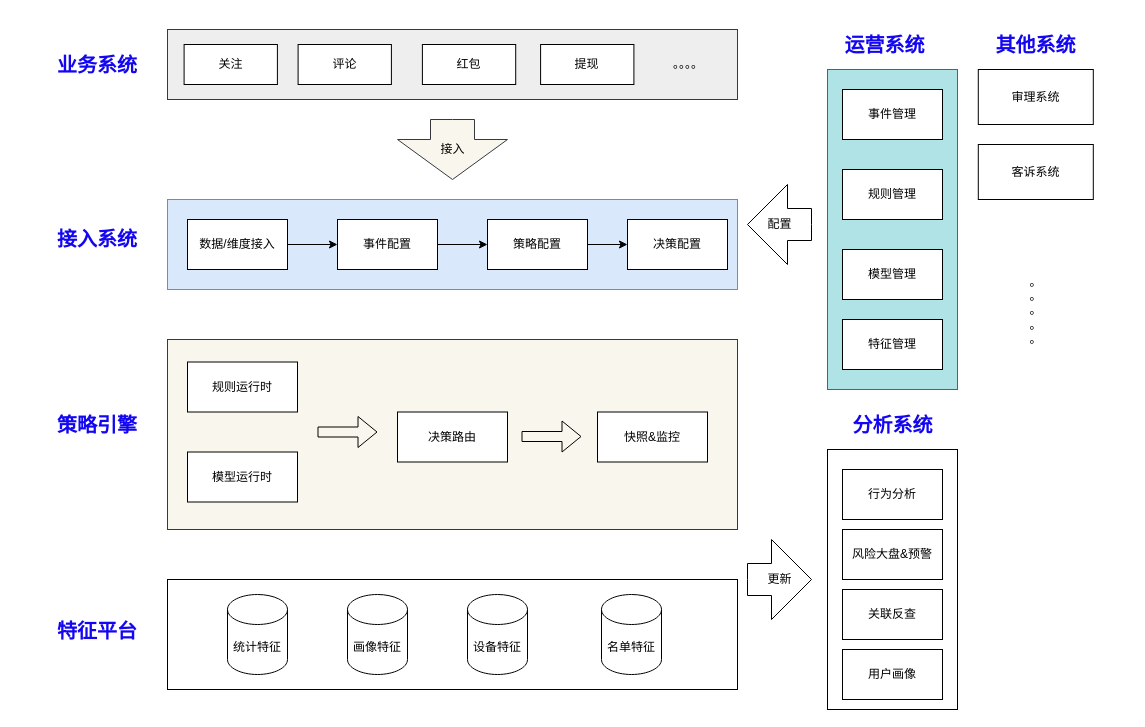
learn2Pro/draw_io_save keeps this draw.io diagram as risk-platform/km/risk_engine_infra.drawio. Above is the earlier version. Source tidied: cells renumbered, new cells numbered last; positions are measured from the earlier drawing's top-left corner, leaving out a move shared by most shapes. Both pictures are drawn from the tidied source at 100%, with x=0, y=0 at pixel (47, 29).
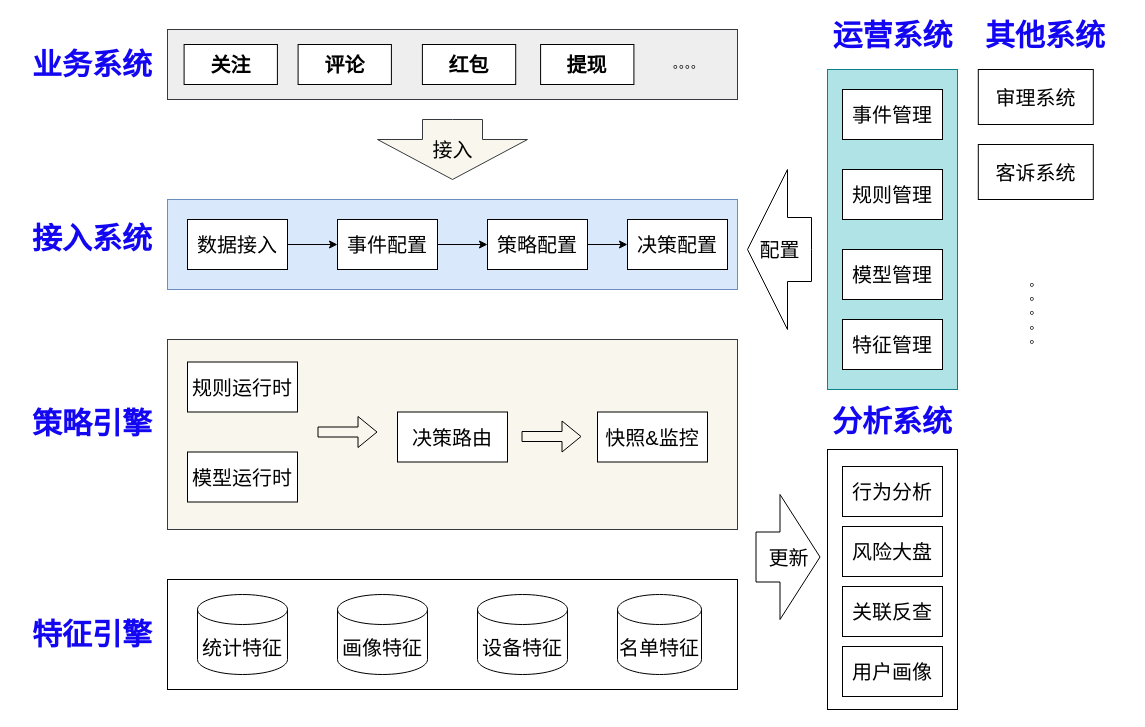
The same diagram, later.

Unchanged cells that the change refers to:
```xml
<mxCell id="9" style="group;fontFamily=TencentSans;" parent="1" vertex="1">
  <mxGeometry x="120" width="570" height="70" as="geometry" />
</mxCell>
<mxCell id="19" style="group;fontFamily=TencentSans;" parent="1" vertex="1">
  <mxGeometry x="120" y="170" width="570" height="90" as="geometry" />
</mxCell>
<mxCell id="43" style="group;fontFamily=TencentSans;" parent="1" vertex="1">
  <mxGeometry x="120" y="310" width="570" height="190" as="geometry" />
</mxCell>
```

Change to the diagram source:
```diff
@@
-    <mxCell id="3" value="&lt;b style=&quot;font-size: 20px;&quot;&gt;&lt;font style=&quot;font-size: 20px;&quot;&gt;运营系统&lt;/font&gt;&lt;/b&gt;" style="text;html=1;strokeColor=none;fillColor=none;align=center;verticalAlign=middle;whiteSpace=wrap;rounded=0;fontFamily=TencentSans;fontSize=20;fontColor=#1306F0;" parent="1" vertex="1">
-      <mxGeometry x="795" width="85" height="30" as="geometry" />
+    <mxCell id="3" value="&lt;b style=&quot;font-size: 30px;&quot;&gt;&lt;font style=&quot;font-size: 30px;&quot;&gt;运营系统&lt;/font&gt;&lt;/b&gt;" style="text;html=1;strokeColor=none;fillColor=none;align=center;verticalAlign=middle;whiteSpace=wrap;rounded=0;fontFamily=TencentSans;fontSize=30;fontColor=#1306F0;" parent="1" vertex="1">
+      <mxGeometry x="772.5" y="-9" width="145" height="30" as="geometry" />
     </mxCell>
-    <mxCell id="4" value="事件管理" style="rounded=0;whiteSpace=wrap;html=1;fontFamily=TencentSans;" parent="1" vertex="1">
+    <mxCell id="4" value="事件管理" style="rounded=0;whiteSpace=wrap;html=1;fontFamily=TencentSans;fontSize=20;" parent="1" vertex="1">
       <mxGeometry x="795" y="60" width="100" height="50" as="geometry" />
     </mxCell>
-    <mxCell id="5" value="规则管理" style="rounded=0;whiteSpace=wrap;html=1;fontFamily=TencentSans;" parent="1" vertex="1">
+    <mxCell id="5" value="规则管理" style="rounded=0;whiteSpace=wrap;html=1;fontFamily=TencentSans;fontSize=20;" parent="1" vertex="1">
       <mxGeometry x="795" y="140" width="100" height="50" as="geometry" />
     </mxCell>
-    <mxCell id="6" value="模型管理" style="rounded=0;whiteSpace=wrap;html=1;fontFamily=TencentSans;" parent="1" vertex="1">
+    <mxCell id="6" value="模型管理" style="rounded=0;whiteSpace=wrap;html=1;fontFamily=TencentSans;fontSize=20;" parent="1" vertex="1">
       <mxGeometry x="795" y="220" width="100" height="50" as="geometry" />
     </mxCell>
-    <mxCell id="7" value="特征管理" style="rounded=0;whiteSpace=wrap;html=1;fontFamily=TencentSans;" parent="1" vertex="1">
+    <mxCell id="7" value="特征管理" style="rounded=0;whiteSpace=wrap;html=1;fontFamily=TencentSans;fontSize=20;" parent="1" vertex="1">
       <mxGeometry x="795" y="290" width="100" height="50" as="geometry" />
     </mxCell>
-    <mxCell id="8" value="&lt;b style=&quot;font-size: 20px;&quot;&gt;&lt;font style=&quot;font-size: 20px;&quot;&gt;业务系统&lt;/font&gt;&lt;/b&gt;" style="text;html=1;strokeColor=none;fillColor=none;align=center;verticalAlign=middle;whiteSpace=wrap;rounded=0;fontFamily=TencentSans;fontSize=20;fontColor=#1306F0;" parent="1" vertex="1">
-      <mxGeometry y="16.2" width="100" height="37.5" as="geometry" />
+    <mxCell id="8" value="&lt;b style=&quot;font-size: 30px&quot;&gt;&lt;font style=&quot;font-size: 30px&quot;&gt;业务系统&lt;/font&gt;&lt;/b&gt;" style="text;html=1;strokeColor=none;fillColor=none;align=center;verticalAlign=middle;whiteSpace=wrap;rounded=0;fontFamily=TencentSans;fontSize=30;fontColor=#1306F0;" parent="1" vertex="1">
+      <mxGeometry x="-20" y="16.2" width="130" height="37.5" as="geometry" />
     </mxCell>
@@
-    <mxCell id="12" value="关注" style="rounded=0;whiteSpace=wrap;html=1;fontFamily=TencentSans;" parent="9" vertex="1">
+    <mxCell id="12" value="关注" style="rounded=0;whiteSpace=wrap;html=1;fontFamily=TencentSans;fontStyle=1;fontSize=20;" parent="9" vertex="1">
       <mxGeometry x="16.6" y="15" width="93.3" height="40" as="geometry" />
     </mxCell>
-    <mxCell id="13" value="评论" style="rounded=0;whiteSpace=wrap;html=1;fontFamily=TencentSans;" parent="9" vertex="1">
+    <mxCell id="13" value="评论" style="rounded=0;whiteSpace=wrap;html=1;fontFamily=TencentSans;fontStyle=1;fontSize=20;" parent="9" vertex="1">
       <mxGeometry x="130.6" y="15" width="93.3" height="40" as="geometry" />
     </mxCell>
-    <mxCell id="14" value="红包" style="rounded=0;whiteSpace=wrap;html=1;fontFamily=TencentSans;" parent="9" vertex="1">
+    <mxCell id="14" value="红包" style="rounded=0;whiteSpace=wrap;html=1;fontFamily=TencentSans;fontStyle=1;fontSize=20;" parent="9" vertex="1">
       <mxGeometry x="254.9" y="15" width="93.3" height="40" as="geometry" />
     </mxCell>
-    <mxCell id="15" value="提现" style="rounded=0;whiteSpace=wrap;html=1;fontFamily=TencentSans;" parent="9" vertex="1">
+    <mxCell id="15" value="提现" style="rounded=0;whiteSpace=wrap;html=1;fontFamily=TencentSans;fontStyle=1;fontSize=20;" parent="9" vertex="1">
       <mxGeometry x="373.1" y="15" width="93.3" height="40" as="geometry" />
     </mxCell>
@@
-    <mxCell id="17" value="&lt;b style=&quot;font-size: 20px;&quot;&gt;&lt;font style=&quot;font-size: 20px;&quot;&gt;接入系统&lt;/font&gt;&lt;/b&gt;" style="text;html=1;strokeColor=none;fillColor=none;align=center;verticalAlign=middle;whiteSpace=wrap;rounded=0;fontFamily=TencentSans;fontSize=20;fontColor=#1306F0;" parent="1" vertex="1">
-      <mxGeometry y="190" width="100" height="37.5" as="geometry" />
+    <mxCell id="17" value="&lt;b style=&quot;font-size: 30px&quot;&gt;&lt;font style=&quot;font-size: 30px&quot;&gt;接入系统&lt;/font&gt;&lt;/b&gt;" style="text;html=1;strokeColor=none;fillColor=none;align=center;verticalAlign=middle;whiteSpace=wrap;rounded=0;fontFamily=TencentSans;fontSize=30;fontColor=#1306F0;" parent="1" vertex="1">
+      <mxGeometry x="-30" y="190" width="150" height="37.5" as="geometry" />
     </mxCell>
-    <mxCell id="18" value="接入" style="html=1;shadow=0;dashed=0;align=center;verticalAlign=middle;shape=mxgraph.arrows2.arrow;dy=0.6;dx=40;direction=south;notch=0;fillColor=#f9f7ed;strokeColor=#36393d;fontFamily=TencentSans;" parent="1" vertex="1">
-      <mxGeometry x="350" y="90" width="110" height="60" as="geometry" />
+    <mxCell id="18" value="接入" style="html=1;shadow=0;dashed=0;align=center;verticalAlign=middle;shape=mxgraph.arrows2.arrow;dy=0.6;dx=40;direction=south;notch=0;fillColor=#f9f7ed;strokeColor=#36393d;fontFamily=TencentSans;fontSize=20;" parent="1" vertex="1">
+      <mxGeometry x="330" y="90" width="150" height="60" as="geometry" />
     </mxCell>
@@
-    <mxCell id="21" value="数据/维度接入" style="rounded=0;whiteSpace=wrap;html=1;fontFamily=TencentSans;" parent="19" vertex="1">
+    <mxCell id="21" value="数据接入" style="rounded=0;whiteSpace=wrap;html=1;fontFamily=TencentSans;fontSize=20;" parent="19" vertex="1">
       <mxGeometry x="20" y="20" width="100" height="50" as="geometry" />
     </mxCell>
-    <mxCell id="22" value="事件配置" style="rounded=0;whiteSpace=wrap;html=1;fontFamily=TencentSans;" parent="19" vertex="1">
+    <mxCell id="22" value="事件配置" style="rounded=0;whiteSpace=wrap;html=1;fontFamily=TencentSans;fontSize=20;" parent="19" vertex="1">
       <mxGeometry x="170" y="20" width="100" height="50" as="geometry" />
     </mxCell>
@@
-    <mxCell id="24" value="策略配置" style="rounded=0;whiteSpace=wrap;html=1;fontFamily=TencentSans;" parent="19" vertex="1">
+    <mxCell id="24" value="策略配置" style="rounded=0;whiteSpace=wrap;html=1;fontFamily=TencentSans;fontSize=20;" parent="19" vertex="1">
       <mxGeometry x="320" y="20" width="100" height="50" as="geometry" />
     </mxCell>
@@
-    <mxCell id="26" value="决策配置" style="rounded=0;whiteSpace=wrap;html=1;fontFamily=TencentSans;" parent="19" vertex="1">
+    <mxCell id="26" value="决策配置" style="rounded=0;whiteSpace=wrap;html=1;fontFamily=TencentSans;fontSize=20;" parent="19" vertex="1">
       <mxGeometry x="460" y="20" width="100" height="50" as="geometry" />
     </mxCell>
@@
-    <mxCell id="28" value="&lt;b style=&quot;font-size: 20px;&quot;&gt;&lt;font style=&quot;font-size: 20px;&quot;&gt;分析系统&lt;/font&gt;&lt;/b&gt;" style="text;html=1;strokeColor=none;fillColor=none;align=center;verticalAlign=middle;whiteSpace=wrap;rounded=0;fontFamily=TencentSans;fontSize=20;fontColor=#1306F0;" parent="1" vertex="1">
-      <mxGeometry x="802.5" y="380" width="85" height="30" as="geometry" />
+    <mxCell id="28" value="&lt;b style=&quot;font-size: 30px;&quot;&gt;&lt;font style=&quot;font-size: 30px;&quot;&gt;分析系统&lt;/font&gt;&lt;/b&gt;" style="text;html=1;strokeColor=none;fillColor=none;align=center;verticalAlign=middle;whiteSpace=wrap;rounded=0;fontFamily=TencentSans;fontSize=30;fontColor=#1306F0;" parent="1" vertex="1">
+      <mxGeometry x="751.2" y="377.2" width="187.5" height="30" as="geometry" />
     </mxCell>
-    <mxCell id="29" value="配置" style="html=1;shadow=0;dashed=0;align=center;verticalAlign=middle;shape=mxgraph.arrows2.arrow;dy=0.6;dx=40;flipH=1;notch=0;fillColor=#ffffff;fontFamily=TencentSans;" parent="1" vertex="1">
-      <mxGeometry x="700" y="155" width="64" height="80" as="geometry" />
+    <mxCell id="29" value="配置" style="html=1;shadow=0;dashed=0;align=center;verticalAlign=middle;shape=mxgraph.arrows2.arrow;dy=0.6;dx=40;flipH=1;notch=0;fillColor=#ffffff;fontFamily=TencentSans;fontSize=20;" parent="1" vertex="1">
+      <mxGeometry x="700" y="140" width="64" height="160" as="geometry" />
     </mxCell>
-    <mxCell id="30" style="rounded=0;whiteSpace=wrap;html=1;fontFamily=TencentSans;" parent="1" vertex="1">
-      <mxGeometry x="780" y="420" width="130" height="260" as="geometry" />
-    </mxCell>
-    <mxCell id="31" value="行为分析" style="rounded=0;whiteSpace=wrap;html=1;fontFamily=TencentSans;" parent="1" vertex="1">
-      <mxGeometry x="795" y="440" width="100" height="50" as="geometry" />
-    </mxCell>
-    <mxCell id="32" value="风险大盘&amp;amp;预警" style="rounded=0;whiteSpace=wrap;html=1;fontFamily=TencentSans;" parent="1" vertex="1">
-      <mxGeometry x="795" y="500" width="100" height="50" as="geometry" />
-    </mxCell>
-    <mxCell id="33" value="关联反查" style="rounded=0;whiteSpace=wrap;html=1;fontFamily=TencentSans;" parent="1" vertex="1">
-      <mxGeometry x="795" y="560" width="100" height="50" as="geometry" />
-    </mxCell>
-    <mxCell id="34" value="用户画像" style="rounded=0;whiteSpace=wrap;html=1;fontFamily=TencentSans;" parent="1" vertex="1">
-      <mxGeometry x="795" y="620" width="100" height="50" as="geometry" />
-    </mxCell>
-    <mxCell id="35" value="更新" style="html=1;shadow=0;dashed=0;align=center;verticalAlign=middle;shape=mxgraph.arrows2.arrow;dy=0.6;dx=40;notch=0;fillColor=#ffffff;fontFamily=TencentSans;" parent="1" vertex="1">
-      <mxGeometry x="700" y="510" width="64" height="80" as="geometry" />
+    <mxCell id="35" value="更新" style="html=1;shadow=0;dashed=0;align=center;verticalAlign=middle;shape=mxgraph.arrows2.arrow;dy=0.6;dx=40;notch=0;fillColor=#ffffff;fontFamily=TencentSans;fontSize=20;" parent="1" vertex="1">
+      <mxGeometry x="708.5" y="465" width="64" height="125" as="geometry" />
     </mxCell>
-    <mxCell id="36" value="客诉系统" style="rounded=0;whiteSpace=wrap;html=1;fontFamily=TencentSans;" parent="1" vertex="1">
+    <mxCell id="36" value="客诉系统" style="rounded=0;whiteSpace=wrap;html=1;fontFamily=TencentSans;fontSize=20;" parent="1" vertex="1">
       <mxGeometry x="930.8" y="115" width="115" height="55" as="geometry" />
     </mxCell>
-    <mxCell id="37" value="审理系统" style="rounded=0;whiteSpace=wrap;html=1;fontFamily=TencentSans;" parent="1" vertex="1">
+    <mxCell id="37" value="审理系统" style="rounded=0;whiteSpace=wrap;html=1;fontFamily=TencentSans;fontSize=20;" parent="1" vertex="1">
       <mxGeometry x="930.8" y="40" width="115" height="55" as="geometry" />
     </mxCell>
@@
-    <mxCell id="39" value="&lt;b style=&quot;font-size: 20px;&quot;&gt;&lt;font style=&quot;font-size: 20px;&quot;&gt;其他系统&lt;/font&gt;&lt;/b&gt;" style="text;html=1;strokeColor=none;fillColor=none;align=center;verticalAlign=middle;whiteSpace=wrap;rounded=0;fontFamily=TencentSans;fontSize=20;fontColor=#1306F0;" parent="1" vertex="1">
-      <mxGeometry x="945.8" width="85" height="30" as="geometry" />
+    <mxCell id="39" value="&lt;b style=&quot;font-size: 30px;&quot;&gt;&lt;font style=&quot;font-size: 30px;&quot;&gt;其他系统&lt;/font&gt;&lt;/b&gt;" style="text;html=1;strokeColor=none;fillColor=none;align=center;verticalAlign=middle;whiteSpace=wrap;rounded=0;fontFamily=TencentSans;fontSize=30;fontColor=#1306F0;" parent="1" vertex="1">
+      <mxGeometry x="916.5" y="-9" width="164.2" height="30" as="geometry" />
     </mxCell>
@@
-    <mxCell id="41" value="&lt;b style=&quot;font-size: 20px;&quot;&gt;&lt;font style=&quot;font-size: 20px;&quot;&gt;策略引擎&lt;/font&gt;&lt;/b&gt;" style="text;html=1;strokeColor=none;fillColor=none;align=center;verticalAlign=middle;whiteSpace=wrap;rounded=0;fontFamily=TencentSans;fontSize=20;fontColor=#1306F0;" parent="1" vertex="1">
-      <mxGeometry y="376.2" width="100" height="37.5" as="geometry" />
+    <mxCell id="41" value="&lt;b style=&quot;font-size: 30px&quot;&gt;&lt;font style=&quot;font-size: 30px&quot;&gt;策略引擎&lt;/font&gt;&lt;/b&gt;" style="text;html=1;strokeColor=none;fillColor=none;align=center;verticalAlign=middle;whiteSpace=wrap;rounded=0;fontFamily=TencentSans;fontSize=30;fontColor=#1306F0;" parent="1" vertex="1">
+      <mxGeometry x="-20" y="374.8" width="130" height="37.5" as="geometry" />
     </mxCell>
-    <mxCell id="42" value="&lt;b style=&quot;font-size: 20px;&quot;&gt;&lt;font style=&quot;font-size: 20px;&quot;&gt;特征平台&lt;/font&gt;&lt;/b&gt;" style="text;html=1;strokeColor=none;fillColor=none;align=center;verticalAlign=middle;whiteSpace=wrap;rounded=0;fontFamily=TencentSans;fontSize=20;fontColor=#1306F0;" parent="1" vertex="1">
-      <mxGeometry y="582.5" width="100" height="37.5" as="geometry" />
+    <mxCell id="42" value="&lt;b style=&quot;font-size: 30px&quot;&gt;&lt;font style=&quot;font-size: 30px&quot;&gt;特征引擎&lt;br&gt;&lt;/font&gt;&lt;/b&gt;" style="text;html=1;strokeColor=none;fillColor=none;align=center;verticalAlign=middle;whiteSpace=wrap;rounded=0;fontFamily=TencentSans;fontSize=30;fontColor=#1306F0;" parent="1" vertex="1">
+      <mxGeometry x="-20" y="586.2" width="130" height="37.5" as="geometry" />
     </mxCell>
@@
-    <mxCell id="45" value="规则运行时" style="rounded=0;whiteSpace=wrap;html=1;fillColor=#ffffff;fontFamily=TencentSans;" parent="43" vertex="1">
+    <mxCell id="45" value="规则运行时" style="rounded=0;whiteSpace=wrap;html=1;fillColor=#ffffff;fontFamily=TencentSans;fontSize=20;" parent="43" vertex="1">
       <mxGeometry x="20" y="22.5" width="110" height="50" as="geometry" />
     </mxCell>
-    <mxCell id="46" value="模型运行时" style="rounded=0;whiteSpace=wrap;html=1;fillColor=#ffffff;fontFamily=TencentSans;" parent="43" vertex="1">
+    <mxCell id="46" value="模型运行时" style="rounded=0;whiteSpace=wrap;html=1;fillColor=#ffffff;fontFamily=TencentSans;fontSize=20;" parent="43" vertex="1">
       <mxGeometry x="20" y="112.5" width="110" height="50" as="geometry" />
     </mxCell>
-    <mxCell id="47" value="决策路由" style="rounded=0;whiteSpace=wrap;html=1;fillColor=#ffffff;fontFamily=TencentSans;" parent="43" vertex="1">
+    <mxCell id="47" value="决策路由" style="rounded=0;whiteSpace=wrap;html=1;fillColor=#ffffff;fontFamily=TencentSans;fontSize=20;" parent="43" vertex="1">
       <mxGeometry x="230" y="72.5" width="110" height="50" as="geometry" />
     </mxCell>
-    <mxCell id="48" value="快照&amp;amp;监控" style="rounded=0;whiteSpace=wrap;html=1;fillColor=#ffffff;fontFamily=TencentSans;" parent="43" vertex="1">
+    <mxCell id="48" value="快照&amp;amp;监控" style="rounded=0;whiteSpace=wrap;html=1;fillColor=#ffffff;fontFamily=TencentSans;fontSize=20;" parent="43" vertex="1">
       <mxGeometry x="430" y="72.5" width="110" height="50" as="geometry" />
     </mxCell>
@@
-    <mxCell id="51" value="统计特征" style="shape=cylinder3;whiteSpace=wrap;html=1;boundedLbl=1;backgroundOutline=1;size=15;fillColor=#ffffff;fontFamily=TencentSans;" parent="1" vertex="1">
-      <mxGeometry x="180" y="565" width="60" height="80" as="geometry" />
+    <mxCell id="51" value="统计特征" style="shape=cylinder3;whiteSpace=wrap;html=1;boundedLbl=1;backgroundOutline=1;size=15;fillColor=#ffffff;fontFamily=TencentSans;fontSize=20;" parent="1" vertex="1">
+      <mxGeometry x="150" y="565" width="90" height="80" as="geometry" />
     </mxCell>
-    <mxCell id="52" value="画像特征" style="shape=cylinder3;whiteSpace=wrap;html=1;boundedLbl=1;backgroundOutline=1;size=15;fillColor=#ffffff;fontFamily=TencentSans;" parent="1" vertex="1">
-      <mxGeometry x="300" y="565" width="60" height="80" as="geometry" />
+    <mxCell id="52" value="画像特征" style="shape=cylinder3;whiteSpace=wrap;html=1;boundedLbl=1;backgroundOutline=1;size=15;fillColor=#ffffff;fontFamily=TencentSans;fontSize=20;" parent="1" vertex="1">
+      <mxGeometry x="290" y="565" width="90" height="80" as="geometry" />
     </mxCell>
-    <mxCell id="53" value="设备特征" style="shape=cylinder3;whiteSpace=wrap;html=1;boundedLbl=1;backgroundOutline=1;size=15;fillColor=#ffffff;fontFamily=TencentSans;" parent="1" vertex="1">
-      <mxGeometry x="420" y="565" width="60" height="80" as="geometry" />
+    <mxCell id="53" value="设备特征" style="shape=cylinder3;whiteSpace=wrap;html=1;boundedLbl=1;backgroundOutline=1;size=15;fillColor=#ffffff;fontFamily=TencentSans;fontSize=20;" parent="1" vertex="1">
+      <mxGeometry x="430" y="565" width="90" height="80" as="geometry" />
     </mxCell>
-    <mxCell id="54" value="名单特征" style="shape=cylinder3;whiteSpace=wrap;html=1;boundedLbl=1;backgroundOutline=1;size=15;fillColor=#ffffff;fontFamily=TencentSans;" parent="1" vertex="1">
-      <mxGeometry x="554" y="565" width="60" height="80" as="geometry" />
+    <mxCell id="54" value="名单特征" style="shape=cylinder3;whiteSpace=wrap;html=1;boundedLbl=1;backgroundOutline=1;size=15;fillColor=#ffffff;fontFamily=TencentSans;fontSize=20;" parent="1" vertex="1">
+      <mxGeometry x="570" y="565" width="84" height="80" as="geometry" />
     </mxCell>
+    <mxCell id="55" style="group;" parent="1" vertex="1">
+      <mxGeometry x="780" y="420" width="130" height="260" as="geometry" />
+    </mxCell>
+    <mxCell id="30" style="rounded=0;whiteSpace=wrap;html=1;fontFamily=TencentSans;" parent="55" vertex="1">
+      <mxGeometry width="130" height="260" as="geometry" />
+    </mxCell>
+    <mxCell id="31" value="行为分析" style="rounded=0;whiteSpace=wrap;html=1;fontFamily=TencentSans;fontSize=20;" parent="55" vertex="1">
+      <mxGeometry x="15" y="17" width="100" height="50" as="geometry" />
+    </mxCell>
+    <mxCell id="32" value="风险大盘" style="rounded=0;whiteSpace=wrap;html=1;fontFamily=TencentSans;fontSize=20;" parent="55" vertex="1">
+      <mxGeometry x="15" y="77" width="100" height="50" as="geometry" />
+    </mxCell>
+    <mxCell id="33" value="关联反查" style="rounded=0;whiteSpace=wrap;html=1;fontFamily=TencentSans;fontSize=20;" parent="55" vertex="1">
+      <mxGeometry x="15" y="137" width="100" height="50" as="geometry" />
+    </mxCell>
+    <mxCell id="34" value="用户画像" style="rounded=0;whiteSpace=wrap;html=1;fontFamily=TencentSans;fontSize=20;" parent="55" vertex="1">
+      <mxGeometry x="15" y="197" width="100" height="50" as="geometry" />
+    </mxCell>
```
